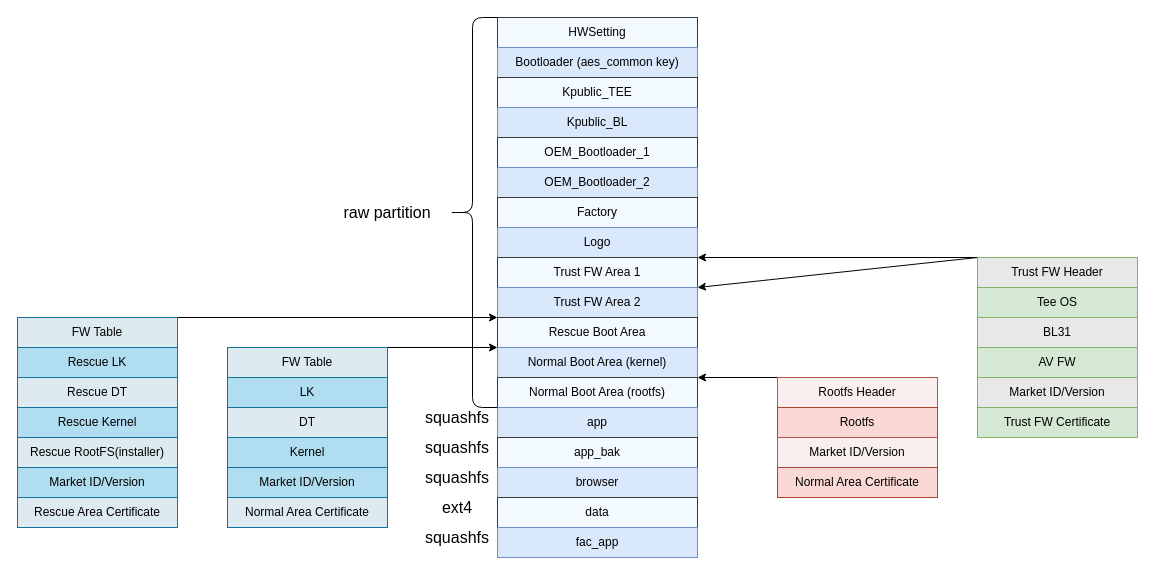
Above: layout.drawio in qmlsxxxx/draw.io (draw.io), before the change. Source tidied: cells renumbered, new cells numbered last; positions are measured from the earlier drawing's top-left corner, leaving out a move shared by most shapes. Both pictures are drawn from the tidied source at 100%, with x=0, y=0 at pixel (17, 17).
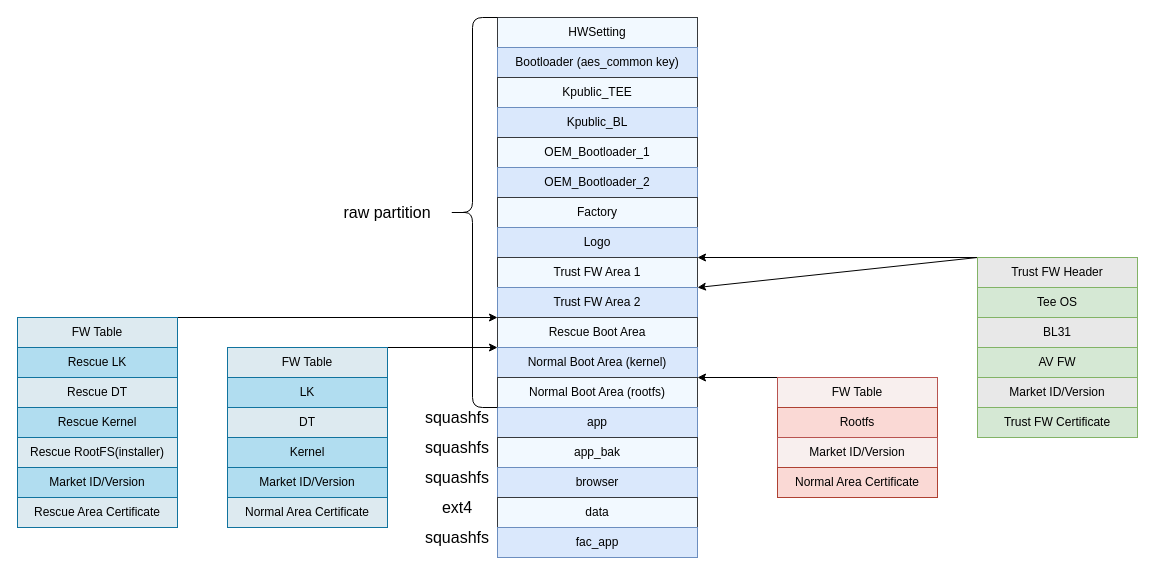
The same page after the edit.

Unchanged cells that the change refers to:
```xml
<mxCell id="32" style="group;" parent="1" vertex="1">
  <mxGeometry x="760" y="360" width="160" height="120" as="geometry" />
</mxCell>
```

Change to the diagram source:
```diff
@@
-    <mxCell id="33" value="Rootfs Header" style="rounded=0;whiteSpace=wrap;html=1;fillColor=#F8EFEE;strokeColor=#b85450;" parent="32" vertex="1">
+    <mxCell id="33" value="FW Table" style="rounded=0;whiteSpace=wrap;html=1;fillColor=#F8EFEE;strokeColor=#b85450;" parent="32" vertex="1">
       <mxGeometry width="160" height="30" as="geometry" />
     </mxCell>
```
